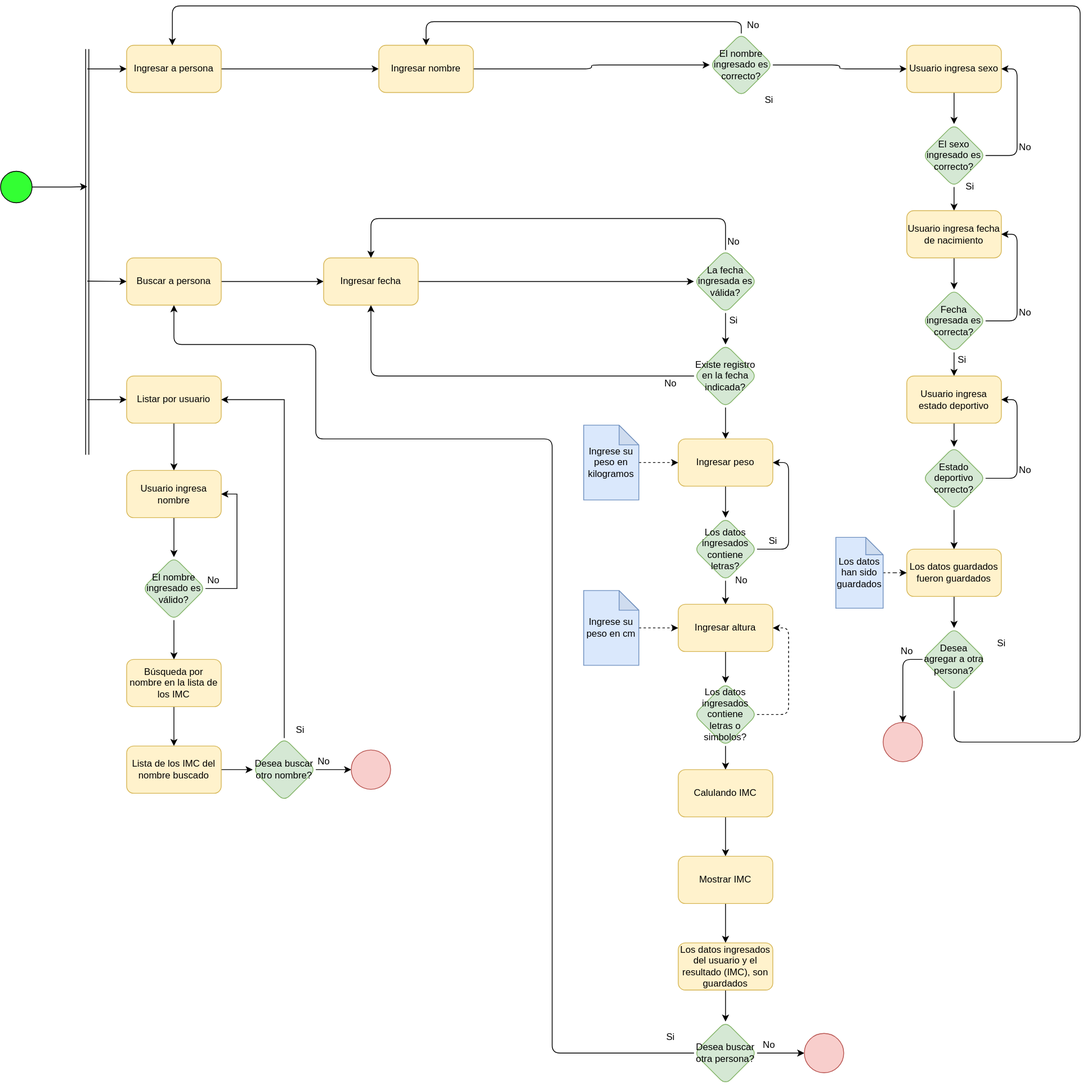
Above: Diagramas/DiagActFuncionalidad.svg in MaxIbanez/Taller1P1_MI_JC (draw.io), before the change. Source tidied: cells renumbered, new cells last; positions are measured from the earlier drawing's top-left corner, leaving out a move shared by most shapes.
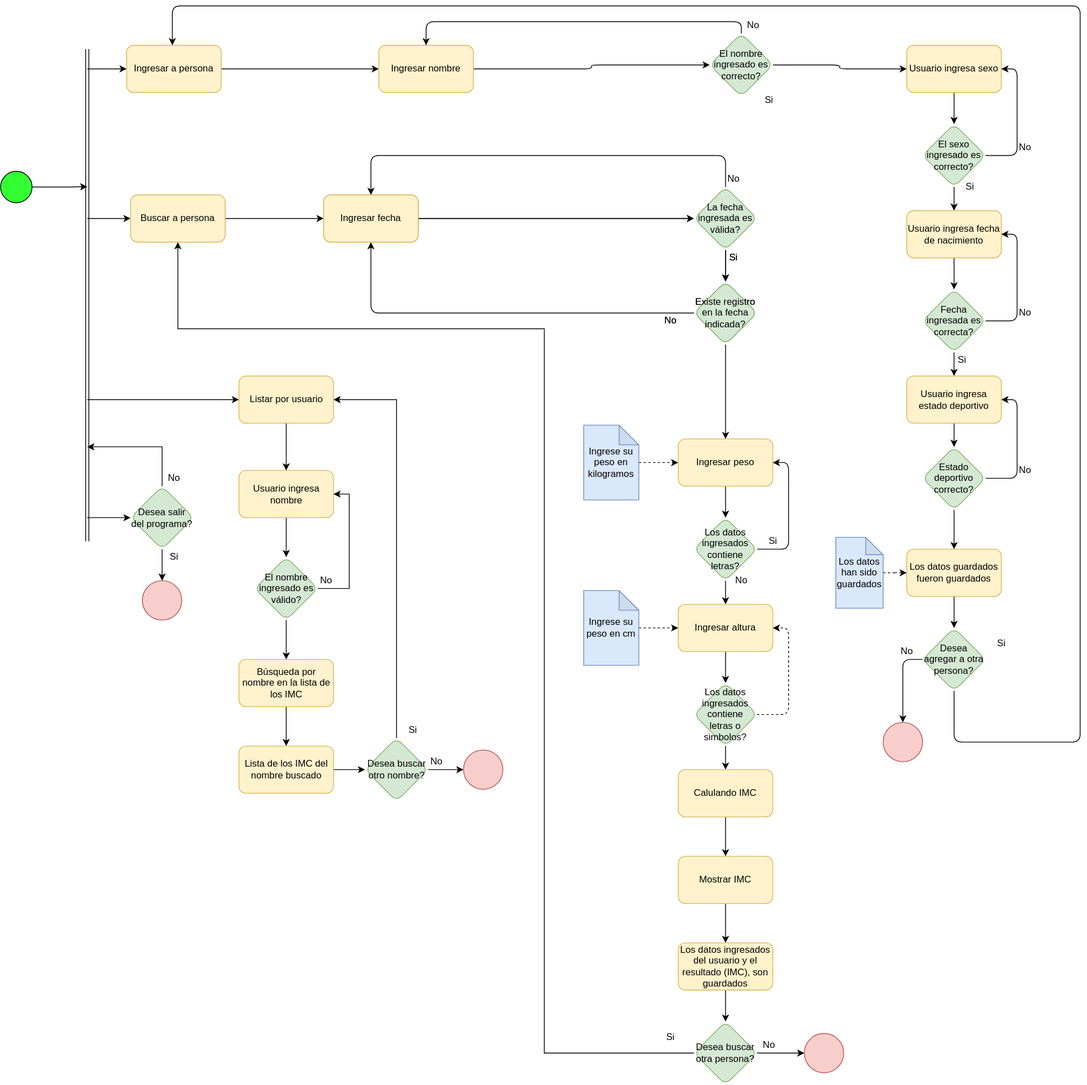
The same file after the commit.

The edit, as a diff of the source:
```diff
@@ -8,7 +8,7 @@
     <mxCell id="3" style="shape=link;html=1;" parent="1" edge="1">
       <mxGeometry relative="1" as="geometry">
         <mxPoint x="110" y="54.9" as="sourcePoint" />
-        <mxPoint x="110" y="570" as="targetPoint" />
+        <mxPoint x="110" y="680" as="targetPoint" />
       </mxGeometry>
     </mxCell>
     <mxCell id="4" style="edgeStyle=orthogonalEdgeStyle;jettySize=auto;html=1;entryX=0;entryY=0.5;entryDx=0;entryDy=0;" parent="1" edge="1" source="5" target="12">
@@ -24,14 +24,14 @@
     </mxCell>
     <mxCell id="7" style="endArrow=classic;html=1;entryX=0;entryY=0.5;entryDx=0;entryDy=0;" parent="1" edge="1" target="9">
       <mxGeometry relative="1" as="geometry">
-        <mxPoint x="110" y="349.5" as="sourcePoint" />
+        <mxPoint x="110" y="270" as="sourcePoint" />
       </mxGeometry>
     </mxCell>
     <mxCell id="8" style="edgeStyle=orthogonalEdgeStyle;sketch=0;jettySize=auto;html=1;shadow=0;strokeColor=#000000;strokeWidth=1;" parent="1" edge="1" source="9" target="49">
       <mxGeometry relative="1" as="geometry" />
     </mxCell>
     <mxCell id="9" value="Buscar a persona" style="whiteSpace=wrap;html=1;fillColor=#fff2cc;strokeColor=#d6b656;rounded=1;" parent="1" vertex="1">
-      <mxGeometry x="160" y="320" width="120" height="60" as="geometry" />
+      <mxGeometry x="165" y="240" width="120" height="60" as="geometry" />
     </mxCell>
     <mxCell id="10" style="endArrow=classic;html=1;entryX=0;entryY=0.5;entryDx=0;entryDy=0;exitX=1;exitY=0.5;exitDx=0;exitDy=0;" parent="1" edge="1" source="2">
       <mxGeometry relative="1" as="geometry">
@@ -185,13 +185,13 @@
       <mxGeometry relative="1" as="geometry" />
     </mxCell>
     <mxCell id="49" value="Ingresar fecha" style="whiteSpace=wrap;html=1;fillColor=#fff2cc;strokeColor=#d6b656;rounded=1;" parent="1" vertex="1">
-      <mxGeometry x="410" y="320" width="120" height="60" as="geometry" />
+      <mxGeometry x="410" y="240" width="120" height="60" as="geometry" />
     </mxCell>
     <mxCell id="50" style="edgeStyle=orthogonalEdgeStyle;sketch=0;jettySize=auto;html=1;entryX=0.5;entryY=0;entryDx=0;entryDy=0;shadow=0;strokeColor=#000000;strokeWidth=1;" parent="1" edge="1" source="52" target="49">
       <mxGeometry relative="1" as="geometry">
         <Array as="points">
-          <mxPoint x="920" y="270" />
-          <mxPoint x="470" y="270" />
+          <mxPoint x="920" y="190" />
+          <mxPoint x="470" y="190" />
         </Array>
       </mxGeometry>
     </mxCell>
@@ -199,16 +199,16 @@
       <mxGeometry relative="1" as="geometry" />
     </mxCell>
     <mxCell id="52" value="La fecha ingresada es válida?" style="rhombus;whiteSpace=wrap;html=1;fillColor=#d5e8d4;strokeColor=#82b366;rounded=1;" parent="1" vertex="1">
-      <mxGeometry x="880" y="310" width="80" height="80" as="geometry" />
+      <mxGeometry x="880" y="230" width="80" height="80" as="geometry" />
     </mxCell>
     <mxCell id="53" value="No" style="text;html=1;align=center;verticalAlign=middle;rounded=1;" parent="1" vertex="1">
-      <mxGeometry x="915" y="290" width="30" height="20" as="geometry" />
+      <mxGeometry x="915" y="210" width="30" height="20" as="geometry" />
     </mxCell>
     <mxCell id="54" style="edgeStyle=orthogonalEdgeStyle;sketch=0;jettySize=auto;html=1;entryX=0.5;entryY=1;entryDx=0;entryDy=0;shadow=0;strokeColor=#000000;strokeWidth=1;" parent="1" edge="1" source="56" target="49">
       <mxGeometry relative="1" as="geometry">
         <Array as="points">
-          <mxPoint x="920" y="470" />
-          <mxPoint x="470" y="470" />
+          <mxPoint x="920" y="390" />
+          <mxPoint x="470" y="390" />
         </Array>
       </mxGeometry>
     </mxCell>
@@ -216,13 +216,13 @@
       <mxGeometry relative="1" as="geometry" />
     </mxCell>
     <mxCell id="56" value="Existe registro en la fecha indicada?" style="rhombus;whiteSpace=wrap;html=1;fillColor=#d5e8d4;strokeColor=#82b366;rounded=1;" parent="1" vertex="1">
-      <mxGeometry x="880" y="430" width="80" height="80" as="geometry" />
+      <mxGeometry x="880" y="350" width="80" height="80" as="geometry" />
     </mxCell>
     <mxCell id="57" value="Si" style="text;html=1;align=center;verticalAlign=middle;rounded=1;" parent="1" vertex="1">
-      <mxGeometry x="915" y="390" width="30" height="20" as="geometry" />
+      <mxGeometry x="915" y="310" width="30" height="20" as="geometry" />
     </mxCell>
     <mxCell id="58" value="No" style="text;html=1;align=center;verticalAlign=middle;rounded=1;" parent="1" vertex="1">
-      <mxGeometry x="835" y="470" width="30" height="20" as="geometry" />
+      <mxGeometry x="835" y="390" width="30" height="20" as="geometry" />
     </mxCell>
     <mxCell id="59" style="edgeStyle=orthogonalEdgeStyle;sketch=0;jettySize=auto;html=1;shadow=0;strokeColor=#000000;strokeWidth=1;" parent="1" edge="1" source="60" target="65">
       <mxGeometry relative="1" as="geometry" />
@@ -303,14 +303,12 @@
     <mxCell id="81" style="edgeStyle=orthogonalEdgeStyle;rounded=1;sketch=0;jettySize=auto;html=1;shadow=0;strokeColor=#000000;strokeWidth=1;" parent="1" edge="1" source="83" target="84">
       <mxGeometry relative="1" as="geometry" />
     </mxCell>
-    <mxCell id="82" style="edgeStyle=orthogonalEdgeStyle;rounded=1;sketch=0;jettySize=auto;html=1;entryX=0.5;entryY=1;entryDx=0;entryDy=0;shadow=0;strokeColor=#000000;strokeWidth=1;" parent="1" edge="1" source="83" target="9">
+    <mxCell id="82" style="edgeStyle=orthogonalEdgeStyle;rounded=0;jettySize=auto;html=1;exitX=0;exitY=0.5;exitDx=0;exitDy=0;entryX=0.5;entryY=1;entryDx=0;entryDy=0;" parent="1" edge="1" source="83" target="9">
       <mxGeometry relative="1" as="geometry">
         <Array as="points">
-          <mxPoint x="700" y="1330" />
-          <mxPoint x="700" y="550" />
-          <mxPoint x="400" y="550" />
-          <mxPoint x="400" y="430" />
-          <mxPoint x="220" y="430" />
+          <mxPoint x="690" y="1330" />
+          <mxPoint x="690" y="410" />
+          <mxPoint x="225" y="410" />
         </Array>
       </mxGeometry>
     </mxCell>
@@ -330,13 +328,13 @@
       <mxGeometry relative="1" as="geometry" />
     </mxCell>
     <mxCell id="88" value="Listar por usuario" style="whiteSpace=wrap;html=1;fillColor=#fff2cc;strokeColor=#d6b656;rounded=1;" parent="1" vertex="1">
-      <mxGeometry x="160" y="470" width="120" height="60" as="geometry" />
+      <mxGeometry x="302.5" y="470" width="120" height="60" as="geometry" />
     </mxCell>
     <mxCell id="89" style="edgeStyle=orthogonalEdgeStyle;rounded=0;jettySize=auto;html=1;" parent="1" edge="1" source="90" target="94">
       <mxGeometry relative="1" as="geometry" />
     </mxCell>
     <mxCell id="90" value="Usuario ingresa nombre" style="whiteSpace=wrap;html=1;fillColor=#fff2cc;strokeColor=#d6b656;rounded=1;" parent="1" vertex="1">
-      <mxGeometry x="160" y="590" width="120" height="60" as="geometry" />
+      <mxGeometry x="302.5" y="590" width="120" height="60" as="geometry" />
     </mxCell>
     <mxCell id="91" style="endArrow=classic;html=1;entryX=0;entryY=0.5;entryDx=0;entryDy=0;" parent="1" edge="1" target="88">
       <mxGeometry relative="1" as="geometry">
@@ -346,8 +344,8 @@
     <mxCell id="92" style="edgeStyle=orthogonalEdgeStyle;rounded=0;jettySize=auto;html=1;entryX=1;entryY=0.5;entryDx=0;entryDy=0;" parent="1" edge="1" source="94" target="90">
       <mxGeometry relative="1" as="geometry">
         <Array as="points">
-          <mxPoint x="300" y="740" />
-          <mxPoint x="300" y="620" />
+          <mxPoint x="442.5" y="740" />
+          <mxPoint x="442.5" y="620" />
         </Array>
       </mxGeometry>
     </mxCell>
@@ -355,23 +353,23 @@
       <mxGeometry relative="1" as="geometry" />
     </mxCell>
     <mxCell id="94" value="El nombre ingresado es válido?" style="rhombus;whiteSpace=wrap;html=1;fillColor=#d5e8d4;strokeColor=#82b366;rounded=1;" parent="1" vertex="1">
-      <mxGeometry x="180" y="700" width="80" height="80" as="geometry" />
+      <mxGeometry x="322.5" y="700" width="80" height="80" as="geometry" />
     </mxCell>
     <mxCell id="95" value="No" style="text;html=1;align=center;verticalAlign=middle;" parent="1" vertex="1">
-      <mxGeometry x="255" y="720" width="30" height="20" as="geometry" />
+      <mxGeometry x="397.5" y="720" width="30" height="20" as="geometry" />
     </mxCell>
     <mxCell id="96" style="edgeStyle=orthogonalEdgeStyle;rounded=0;jettySize=auto;html=1;" parent="1" edge="1" source="97">
       <mxGeometry relative="1" as="geometry">
-        <mxPoint x="220" y="940" as="targetPoint" />
+        <mxPoint x="362.5" y="940" as="targetPoint" />
       </mxGeometry>
     </mxCell>
     <mxCell id="97" value="Búsqueda por nombre en la lista de los IMC" style="whiteSpace=wrap;html=1;fillColor=#fff2cc;strokeColor=#d6b656;rounded=1;" parent="1" vertex="1">
-      <mxGeometry x="160" y="830" width="120" height="60" as="geometry" />
+      <mxGeometry x="302.5" y="830" width="120" height="60" as="geometry" />
     </mxCell>
     <mxCell id="98" style="edgeStyle=orthogonalEdgeStyle;rounded=0;jettySize=auto;html=1;entryX=1;entryY=0.5;entryDx=0;entryDy=0;" parent="1" edge="1" source="100" target="88">
       <mxGeometry relative="1" as="geometry">
         <Array as="points">
-          <mxPoint x="360" y="500" />
+          <mxPoint x="502.5" y="500" />
         </Array>
       </mxGeometry>
     </mxCell>
@@ -379,22 +377,72 @@
       <mxGeometry relative="1" as="geometry" />
     </mxCell>
     <mxCell id="100" value="Desea buscar otro nombre?" style="rhombus;whiteSpace=wrap;html=1;fillColor=#d5e8d4;strokeColor=#82b366;rounded=1;" parent="1" vertex="1">
-      <mxGeometry x="320" y="930" width="80" height="80" as="geometry" />
+      <mxGeometry x="462.5" y="930" width="80" height="80" as="geometry" />
     </mxCell>
     <mxCell id="101" style="edgeStyle=orthogonalEdgeStyle;rounded=0;jettySize=auto;html=1;" parent="1" edge="1" source="102" target="100">
       <mxGeometry relative="1" as="geometry" />
     </mxCell>
     <mxCell id="102" value="Lista de los IMC del nombre buscado" style="whiteSpace=wrap;html=1;fillColor=#fff2cc;strokeColor=#d6b656;rounded=1;" parent="1" vertex="1">
-      <mxGeometry x="160" y="940" width="120" height="60" as="geometry" />
+      <mxGeometry x="302.5" y="940" width="120" height="60" as="geometry" />
     </mxCell>
     <mxCell id="103" value="Si" style="text;html=1;align=center;verticalAlign=middle;" parent="1" vertex="1">
-      <mxGeometry x="365" y="910" width="30" height="20" as="geometry" />
+      <mxGeometry x="507.5" y="910" width="30" height="20" as="geometry" />
     </mxCell>
     <mxCell id="104" style="ellipse;whiteSpace=wrap;html=1;fillColor=#f8cecc;strokeColor=#b85450;rounded=1;" parent="1" vertex="1">
-      <mxGeometry x="445" y="945" width="50" height="50" as="geometry" />
+      <mxGeometry x="587.5" y="945" width="50" height="50" as="geometry" />
     </mxCell>
     <mxCell id="105" value="No" style="text;html=1;align=center;verticalAlign=middle;" parent="1" vertex="1">
-      <mxGeometry x="395" y="950" width="30" height="20" as="geometry" />
+      <mxGeometry x="537.5" y="950" width="30" height="20" as="geometry" />
     </mxCell>
+    <mxCell id="106" style="edgeStyle=orthogonalEdgeStyle;sketch=0;jettySize=auto;html=1;shadow=0;strokeColor=#000000;strokeWidth=1;" parent="1" edge="1" source="111">
+      <mxGeometry relative="1" as="geometry">
+        <mxPoint x="880" y="270" as="targetPoint" />
+      </mxGeometry>
+    </mxCell>
+    <mxCell id="107" style="edgeStyle=orthogonalEdgeStyle;sketch=0;jettySize=auto;html=1;shadow=0;strokeColor=#000000;strokeWidth=1;" parent="1" edge="1" target="108">
+      <mxGeometry relative="1" as="geometry">
+        <mxPoint x="920" y="310" as="sourcePoint" />
+      </mxGeometry>
+    </mxCell>
+    <mxCell id="108" value="Existe registro en la fecha indicada?" style="rhombus;whiteSpace=wrap;html=1;fillColor=#d5e8d4;strokeColor=#82b366;rounded=1;" parent="1" vertex="1">
+      <mxGeometry x="880" y="350" width="80" height="80" as="geometry" />
+    </mxCell>
+    <mxCell id="109" value="Si" style="text;html=1;align=center;verticalAlign=middle;rounded=1;" parent="1" vertex="1">
+      <mxGeometry x="915" y="310" width="30" height="20" as="geometry" />
+    </mxCell>
+    <mxCell id="110" value="No" style="text;html=1;align=center;verticalAlign=middle;rounded=1;" parent="1" vertex="1">
+      <mxGeometry x="835" y="390" width="30" height="20" as="geometry" />
+    </mxCell>
+    <mxCell id="111" value="Ingresar fecha" style="whiteSpace=wrap;html=1;fillColor=#fff2cc;strokeColor=#d6b656;rounded=1;" parent="1" vertex="1">
+      <mxGeometry x="410" y="240" width="120" height="60" as="geometry" />
+    </mxCell>
+    <mxCell id="112" style="edgeStyle=orthogonalEdgeStyle;rounded=0;jettySize=auto;html=1;" parent="1" edge="1" source="114" target="116">
+      <mxGeometry relative="1" as="geometry" />
+    </mxCell>
+    <mxCell id="113" style="edgeStyle=orthogonalEdgeStyle;rounded=0;jettySize=auto;html=1;" parent="1" edge="1" source="114">
+      <mxGeometry relative="1" as="geometry">
+        <mxPoint x="110" y="560" as="targetPoint" />
+        <Array as="points">
+          <mxPoint x="205" y="560" />
+        </Array>
+      </mxGeometry>
+    </mxCell>
+    <mxCell id="114" value="Desea salir del programa?" style="rhombus;whiteSpace=wrap;html=1;fillColor=#d5e8d4;strokeColor=#82b366;rounded=1;" parent="1" vertex="1">
+      <mxGeometry x="165" y="610" width="80" height="80" as="geometry" />
+    </mxCell>
+    <mxCell id="115" style="endArrow=classic;html=1;entryX=0;entryY=0.5;entryDx=0;entryDy=0;" parent="1" edge="1" target="114">
+      <mxGeometry relative="1" as="geometry">
+        <mxPoint x="110" y="650" as="sourcePoint" />
+      </mxGeometry>
+    </mxCell>
+    <mxCell id="116" style="ellipse;whiteSpace=wrap;html=1;fillColor=#f8cecc;strokeColor=#b85450;rounded=1;" parent="1" vertex="1">
+      <mxGeometry x="180" y="730" width="50" height="50" as="geometry" />
+    </mxCell>
+    <mxCell id="117" value="Si" style="text;html=1;align=center;verticalAlign=middle;" parent="1" vertex="1">
+      <mxGeometry x="205" y="690" width="30" height="20" as="geometry" />
+    </mxCell>
+    <mxCell id="118" value="No" style="text;html=1;align=center;verticalAlign=middle;" parent="1" vertex="1">
+      <mxGeometry x="205" y="590" width="30" height="20" as="geometry" />
+    </mxCell>
   </root>
 </mxGraphModel>
```
